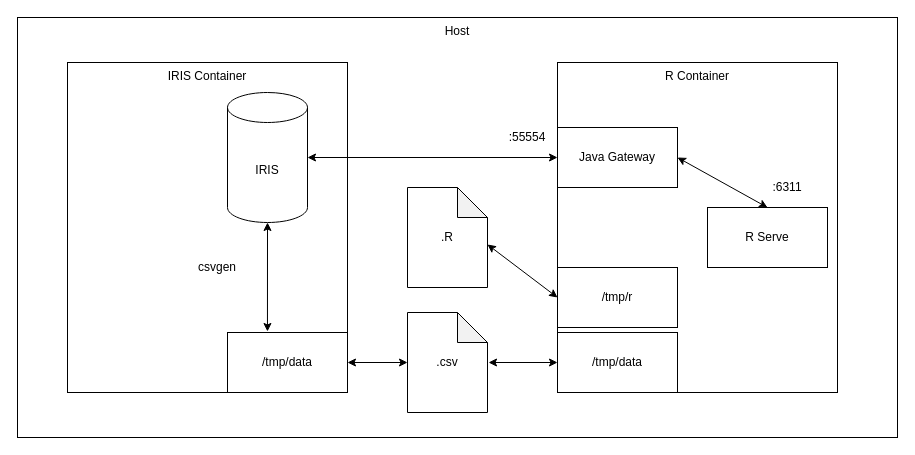
Before: misc/architecture.drawio in grongierisc/iris-r-gateway-template, a draw.io diagram. Source tidied: cells renumbered, new cells numbered last; positions are measured from the earlier drawing's top-left corner, leaving out a move shared by most shapes. Both pictures are drawn from the tidied source at 100%, with x=0, y=0 at pixel (17, 17).
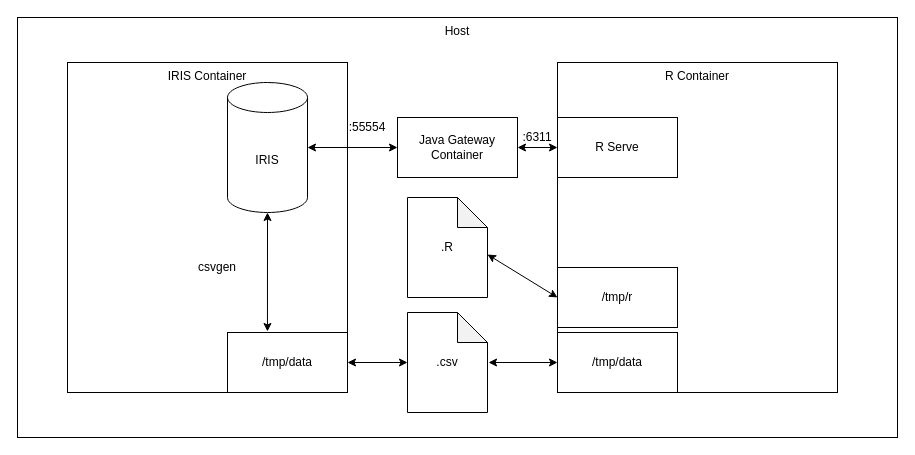
After the change.

Commit message (it also covers changes not shown here):
Update digram archi

Unchanged cells that the change refers to:
```xml
<mxCell id="9" value="/tmp/data" style="rounded=0;whiteSpace=wrap;html=1;" parent="1" vertex="1">
  <mxGeometry x="210" y="315" width="120" height="60" as="geometry" />
</mxCell>
```

What changed in the source:
```diff
@@
-    <mxCell id="5" value="Java Gateway" style="rounded=0;whiteSpace=wrap;html=1;" parent="1" vertex="1">
-      <mxGeometry x="540" y="110" width="120" height="60" as="geometry" />
+    <mxCell id="5" value="Java Gateway&lt;br&gt;Container" style="rounded=0;whiteSpace=wrap;html=1;" parent="1" vertex="1">
+      <mxGeometry x="380" y="100" width="120" height="60" as="geometry" />
     </mxCell>
     <mxCell id="6" value="R Serve" style="rounded=0;whiteSpace=wrap;html=1;" parent="1" vertex="1">
-      <mxGeometry x="690" y="190" width="120" height="60" as="geometry" />
+      <mxGeometry x="540" y="100" width="120" height="60" as="geometry" />
     </mxCell>
@@
     <mxCell id="12" value="IRIS" style="shape=cylinder3;whiteSpace=wrap;html=1;boundedLbl=1;backgroundOutline=1;size=15;" parent="1" vertex="1">
-      <mxGeometry x="210" y="75" width="80" height="130" as="geometry" />
+      <mxGeometry x="210" y="65" width="80" height="130" as="geometry" />
     </mxCell>
@@
-    <mxCell id="14" style="endArrow=classic;startArrow=classic;html=1;exitX=0.5;exitY=0;exitDx=0;exitDy=0;entryX=1;entryY=0.5;entryDx=0;entryDy=0;" parent="1" edge="1" source="6" target="5">
+    <mxCell id="14" style="endArrow=classic;startArrow=classic;html=1;exitX=0;exitY=0.5;exitDx=0;exitDy=0;entryX=1;entryY=0.5;entryDx=0;entryDy=0;" parent="1" edge="1" source="6" target="5">
       <mxGeometry relative="1" as="geometry" />
     </mxCell>
@@
     <mxCell id="16" value=".R" style="shape=note;whiteSpace=wrap;html=1;backgroundOutline=1;darkOpacity=0.05;" parent="1" vertex="1">
-      <mxGeometry x="390" y="170" width="80" height="100" as="geometry" />
+      <mxGeometry x="390" y="180" width="80" height="100" as="geometry" />
     </mxCell>
@@
     <mxCell id="18" value=":55554" style="text;html=1;strokeColor=none;fillColor=none;align=center;verticalAlign=middle;whiteSpace=wrap;rounded=0;" parent="1" vertex="1">
-      <mxGeometry x="490" y="110" width="40" height="20" as="geometry" />
+      <mxGeometry x="330" y="100" width="40" height="20" as="geometry" />
     </mxCell>
     <mxCell id="19" value=":6311" style="text;html=1;strokeColor=none;fillColor=none;align=center;verticalAlign=middle;whiteSpace=wrap;rounded=0;" parent="1" vertex="1">
-      <mxGeometry x="750" y="160" width="40" height="20" as="geometry" />
+      <mxGeometry x="500" y="110" width="40" height="20" as="geometry" />
     </mxCell>
-    <mxCell id="20" style="endArrow=classic;startArrow=classic;html=1;exitX=0.333;exitY=-0.017;exitDx=0;exitDy=0;exitPerimeter=0;" parent="1" edge="1" source="9">
-      <mxGeometry relative="1" as="geometry">
-        <mxPoint x="250" y="205" as="targetPoint" />
-      </mxGeometry>
+    <mxCell id="20" style="endArrow=classic;startArrow=classic;html=1;exitX=0.333;exitY=-0.017;exitDx=0;exitDy=0;exitPerimeter=0;entryX=0.5;entryY=1;entryDx=0;entryDy=0;entryPerimeter=0;" parent="1" edge="1" source="9" target="12">
+      <mxGeometry relative="1" as="geometry" />
     </mxCell>
```
